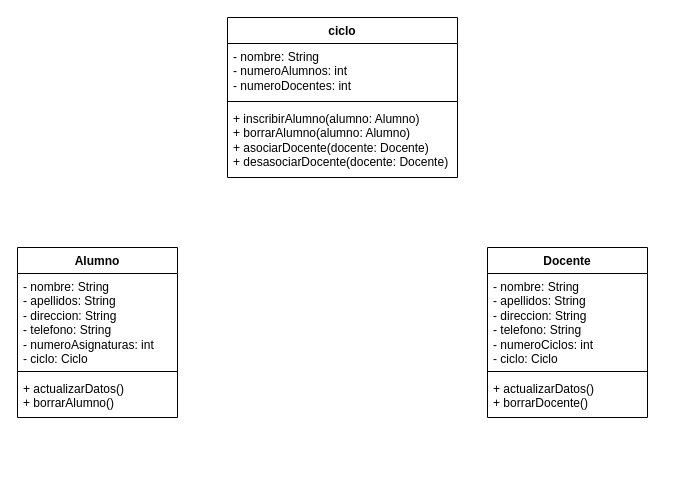
Earlier version of the draw.io diagram tema7/030701/030701_millán_soria_christian.drawio (cmilsor245/bases_de_datos). Source tidied: cells renumbered, new cells numbered last; positions are measured from the earlier drawing's top-left corner, leaving out a move shared by most shapes. Both pictures are drawn from the tidied source at 100%, with x=0, y=0 at pixel (17, 17).
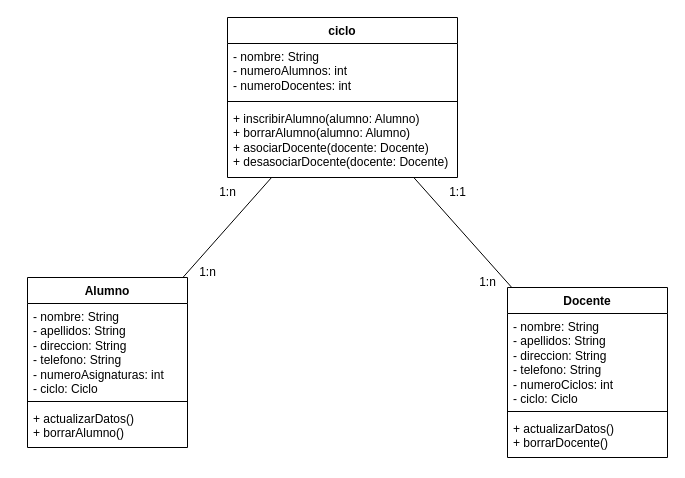
The same page after the edit.

What changed in the source:
```diff
@@
 <mxGraphModel>
   <root>
     <mxCell id="0" />
     <mxCell id="1" parent="0" />
     <mxCell id="2" value="ciclo" style="swimlane;fontStyle=1;align=center;verticalAlign=top;horizontal=1;startSize=26;whiteSpace=wrap;html=1;" parent="1" vertex="1">
       <mxGeometry x="210" width="230" height="160" as="geometry" />
     </mxCell>
     <mxCell id="3" value="- nombre: String&lt;br&gt;- numeroAlumnos: int&lt;br&gt;- numeroDocentes: int" style="text;strokeColor=none;fillColor=none;align=left;verticalAlign=top;spacingLeft=4;spacingRight=4;overflow=hidden;whiteSpace=wrap;html=1;" parent="2" vertex="1">
       <mxGeometry y="26" width="230" height="54" as="geometry" />
     </mxCell>
     <mxCell id="4" style="line;strokeWidth=1;fillColor=none;align=left;verticalAlign=middle;spacingTop=-1;spacingLeft=3;spacingRight=3;labelPosition=right;strokeColor=inherit;" parent="2" vertex="1">
       <mxGeometry y="80" width="230" height="8" as="geometry" />
     </mxCell>
     <mxCell id="5" value="+ inscribirAlumno(alumno: Alumno)&lt;br&gt;+ borrarAlumno(alumno: Alumno)&lt;br&gt;+ asociarDocente(docente: Docente)&lt;br&gt;+ desasociarDocente(docente: Docente)" style="text;strokeColor=none;fillColor=none;align=left;verticalAlign=top;spacingLeft=4;spacingRight=4;overflow=hidden;whiteSpace=wrap;html=1;" parent="2" vertex="1">
       <mxGeometry y="88" width="230" height="72" as="geometry" />
     </mxCell>
     <mxCell id="6" value="Alumno" style="swimlane;fontStyle=1;align=center;verticalAlign=top;horizontal=1;startSize=26;whiteSpace=wrap;html=1;" parent="1" vertex="1">
-      <mxGeometry y="230" width="160" height="170" as="geometry" />
+      <mxGeometry x="10" y="260" width="160" height="170" as="geometry" />
     </mxCell>
     <mxCell id="7" value="- nombre: String&lt;br&gt;- apellidos: String&lt;br&gt;- direccion: String&lt;br&gt;- telefono: String&lt;br&gt;- numeroAsignaturas: int&lt;br&gt;- ciclo: Ciclo" style="text;strokeColor=none;fillColor=none;align=left;verticalAlign=top;spacingLeft=4;spacingRight=4;overflow=hidden;whiteSpace=wrap;html=1;" parent="6" vertex="1">
       <mxGeometry y="26" width="160" height="94" as="geometry" />
     </mxCell>
     <mxCell id="8" style="line;strokeWidth=1;fillColor=none;align=left;verticalAlign=middle;spacingTop=-1;spacingLeft=3;spacingRight=3;labelPosition=right;strokeColor=inherit;" parent="6" vertex="1">
       <mxGeometry y="120" width="160" height="8" as="geometry" />
     </mxCell>
     <mxCell id="9" value="+ actualizarDatos()&lt;br&gt;+ borrarAlumno()" style="text;strokeColor=none;fillColor=none;align=left;verticalAlign=top;spacingLeft=4;spacingRight=4;overflow=hidden;whiteSpace=wrap;html=1;" parent="6" vertex="1">
       <mxGeometry y="128" width="160" height="42" as="geometry" />
     </mxCell>
     <mxCell id="10" value="Docente" style="swimlane;fontStyle=1;align=center;verticalAlign=top;horizontal=1;startSize=26;whiteSpace=wrap;html=1;" parent="1" vertex="1">
-      <mxGeometry x="470" y="230" width="160" height="170" as="geometry" />
+      <mxGeometry x="490" y="270" width="160" height="170" as="geometry" />
     </mxCell>
     <mxCell id="11" value="- nombre: String&lt;br&gt;- apellidos: String&lt;br&gt;- direccion: String&lt;br&gt;- telefono: String&lt;br&gt;- numeroCiclos: int&lt;br&gt;- ciclo: Ciclo" style="text;strokeColor=none;fillColor=none;align=left;verticalAlign=top;spacingLeft=4;spacingRight=4;overflow=hidden;whiteSpace=wrap;html=1;" parent="10" vertex="1">
       <mxGeometry y="26" width="160" height="94" as="geometry" />
     </mxCell>
     <mxCell id="12" style="line;strokeWidth=1;fillColor=none;align=left;verticalAlign=middle;spacingTop=-1;spacingLeft=3;spacingRight=3;labelPosition=right;strokeColor=inherit;" parent="10" vertex="1">
       <mxGeometry y="120" width="160" height="8" as="geometry" />
     </mxCell>
     <mxCell id="13" value="+ actualizarDatos()&lt;br&gt;+ borrarDocente()" style="text;strokeColor=none;fillColor=none;align=left;verticalAlign=top;spacingLeft=4;spacingRight=4;overflow=hidden;whiteSpace=wrap;html=1;" parent="10" vertex="1">
       <mxGeometry y="128" width="160" height="42" as="geometry" />
     </mxCell>
+    <mxCell id="14" style="endArrow=none;html=1;rounded=0;" parent="1" edge="1" source="6" target="2">
+      <mxGeometry relative="1" as="geometry" />
+    </mxCell>
+    <mxCell id="15" value="1:n" style="text;html=1;align=center;verticalAlign=middle;strokeColor=none;fillColor=none;" parent="1" vertex="1">
+      <mxGeometry x="190" y="160" width="40" height="30" as="geometry" />
+    </mxCell>
+    <mxCell id="16" value="1:n" style="text;html=1;align=center;verticalAlign=middle;strokeColor=none;fillColor=none;" parent="1" vertex="1">
+      <mxGeometry x="170" y="240" width="40" height="30" as="geometry" />
+    </mxCell>
+    <mxCell id="17" style="endArrow=none;html=1;rounded=0;" parent="1" edge="1" source="10" target="2">
+      <mxGeometry relative="1" as="geometry" />
+    </mxCell>
+    <mxCell id="18" value="1:n" style="text;html=1;align=center;verticalAlign=middle;strokeColor=none;fillColor=none;" parent="1" vertex="1">
+      <mxGeometry x="450" y="250" width="40" height="30" as="geometry" />
+    </mxCell>
+    <mxCell id="19" value="1:1" style="text;html=1;align=center;verticalAlign=middle;strokeColor=none;fillColor=none;" parent="1" vertex="1">
+      <mxGeometry x="420" y="160" width="40" height="30" as="geometry" />
+    </mxCell>
   </root>
 </mxGraphModel>
```
